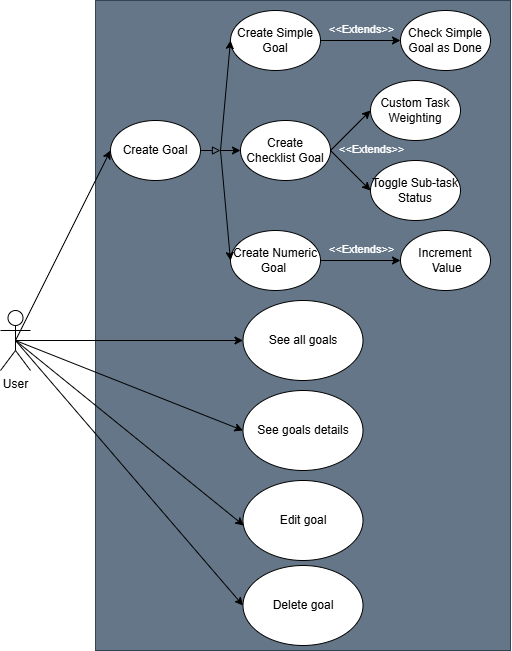
FelipeBeltranING/progress-vault keeps this draw.io diagram as docs/iteration-1/use-case-diagram.drawio.png. Above is the earlier version. Source tidied: cells renumbered, new cells last; positions are measured from the earlier drawing's top-left corner, leaving out a move shared by most shapes.
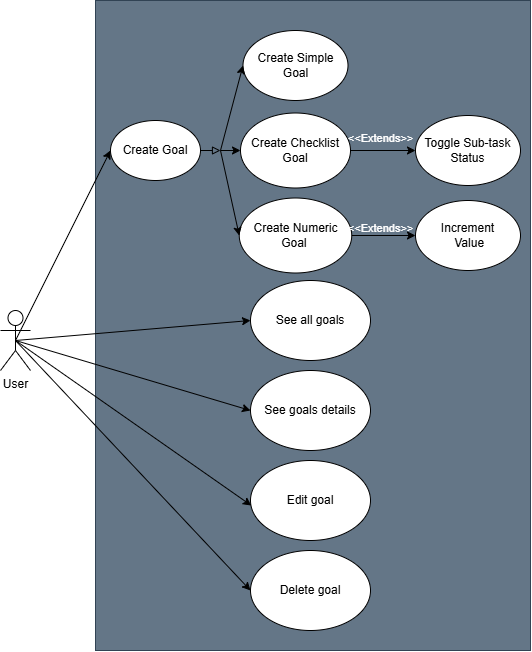
The same file after the commit.

Diff of the diagram source:
```diff
@@ -6,28 +6,25 @@
       <mxGeometry y="310" width="30" height="60" as="geometry" />
     </mxCell>
     <mxCell id="3" style="rounded=0;whiteSpace=wrap;html=1;fillColor=#647687;strokeColor=#314354;fontColor=#ffffff;" parent="1" vertex="1">
-      <mxGeometry x="95" width="415" height="650" as="geometry" />
+      <mxGeometry x="95" width="435" height="650" as="geometry" />
     </mxCell>
     <mxCell id="4" value="Create Goal" style="ellipse;whiteSpace=wrap;html=1;" parent="1" vertex="1">
       <mxGeometry x="110" y="120" width="90" height="60" as="geometry" />
     </mxCell>
     <mxCell id="5" value="See all goals" style="ellipse;whiteSpace=wrap;html=1;" parent="1" vertex="1">
-      <mxGeometry x="242.5" y="300" width="120" height="80" as="geometry" />
+      <mxGeometry x="250" y="280" width="120" height="80" as="geometry" />
     </mxCell>
     <mxCell id="6" value="See goals details" style="ellipse;whiteSpace=wrap;html=1;" parent="1" vertex="1">
-      <mxGeometry x="242.5" y="390" width="120" height="80" as="geometry" />
+      <mxGeometry x="250" y="370" width="120" height="80" as="geometry" />
     </mxCell>
     <mxCell id="7" value="Edit goal" style="ellipse;whiteSpace=wrap;html=1;" parent="1" vertex="1">
-      <mxGeometry x="242.5" y="480" width="120" height="80" as="geometry" />
+      <mxGeometry x="250" y="460" width="120" height="80" as="geometry" />
     </mxCell>
     <mxCell id="8" value="Delete goal" style="ellipse;whiteSpace=wrap;html=1;" parent="1" vertex="1">
-      <mxGeometry x="242.5" y="565" width="120" height="80" as="geometry" />
+      <mxGeometry x="250" y="550" width="120" height="80" as="geometry" />
     </mxCell>
-    <mxCell id="9" style="edgeStyle=orthogonalEdgeStyle;rounded=0;jettySize=auto;html=1;" parent="1" edge="1" source="10" target="25">
-      <mxGeometry relative="1" as="geometry" />
-    </mxCell>
     <mxCell id="10" value="Create Simple Goal" style="ellipse;whiteSpace=wrap;html=1;" parent="1" vertex="1">
-      <mxGeometry x="230" y="10" width="90" height="60" as="geometry" />
+      <mxGeometry x="242.5" y="30" width="105" height="70" as="geometry" />
     </mxCell>
     <mxCell id="11" style="endArrow=classic;html=1;rounded=0;exitX=0.5;exitY=0.5;exitDx=0;exitDy=0;exitPerimeter=0;entryX=0;entryY=0.5;entryDx=0;entryDy=0;" parent="1" edge="1" source="2" target="4">
       <mxGeometry relative="1" as="geometry" />
@@ -44,17 +41,14 @@
     <mxCell id="15" style="endArrow=classic;html=1;rounded=0;exitX=0.5;exitY=0.5;exitDx=0;exitDy=0;exitPerimeter=0;entryX=0;entryY=0.5;entryDx=0;entryDy=0;" parent="1" edge="1" source="2" target="8">
       <mxGeometry relative="1" as="geometry" />
     </mxCell>
-    <mxCell id="16" value="Custom Task Weighting" style="ellipse;whiteSpace=wrap;html=1;" parent="1" vertex="1">
-      <mxGeometry x="370" y="80" width="90" height="60" as="geometry" />
-    </mxCell>
     <mxCell id="17" value="Create Checklist Goal" style="ellipse;whiteSpace=wrap;html=1;" parent="1" vertex="1">
-      <mxGeometry x="240" y="120" width="90" height="60" as="geometry" />
+      <mxGeometry x="240" y="112.5" width="110" height="75" as="geometry" />
     </mxCell>
     <mxCell id="18" style="edgeStyle=orthogonalEdgeStyle;rounded=0;jettySize=auto;html=1;" parent="1" edge="1" source="19" target="27">
       <mxGeometry relative="1" as="geometry" />
     </mxCell>
     <mxCell id="19" value="Create Numeric Goal&amp;nbsp;" style="ellipse;whiteSpace=wrap;html=1;" parent="1" vertex="1">
-      <mxGeometry x="230" y="230" width="90" height="60" as="geometry" />
+      <mxGeometry x="238.8" y="197.5" width="112.5" height="75" as="geometry" />
     </mxCell>
     <mxCell id="20" style="endArrow=classic;html=1;rounded=0;entryX=0;entryY=0.5;entryDx=0;entryDy=0;" parent="1" edge="1" target="10">
       <mxGeometry relative="1" as="geometry">
@@ -72,7 +66,7 @@
       </mxGeometry>
     </mxCell>
     <mxCell id="23" value="&lt;font&gt;&amp;lt;&amp;lt;Extends&amp;gt;&amp;gt;&lt;/font&gt;" style="edgeLabel;html=1;align=center;verticalAlign=middle;labelBackgroundColor=none;labelBorderColor=none;fontSize=11;fontColor=#FFFFFF;" parent="1" vertex="1">
-      <mxGeometry x="370" y="150" as="geometry">
+      <mxGeometry x="380" y="140" as="geometry">
         <mxPoint y="-2" as="offset" />
       </mxGeometry>
     </mxCell>
@@ -81,27 +75,16 @@
         <mxPoint x="220" y="150" as="sourcePoint" />
       </mxGeometry>
     </mxCell>
-    <mxCell id="25" value="Check Simple Goal as Done" style="ellipse;whiteSpace=wrap;html=1;" parent="1" vertex="1">
-      <mxGeometry x="400" y="10" width="90" height="60" as="geometry" />
-    </mxCell>
-    <mxCell id="26" value="&lt;font&gt;&amp;lt;&amp;lt;Extends&amp;gt;&amp;gt;&lt;/font&gt;" style="edgeLabel;html=1;align=center;verticalAlign=middle;labelBackgroundColor=none;labelBorderColor=none;fontSize=11;fontColor=#FFFFFF;" parent="1" vertex="1">
-      <mxGeometry x="360" y="30" as="geometry">
-        <mxPoint y="-2" as="offset" />
-      </mxGeometry>
-    </mxCell>
     <mxCell id="27" value="Increment&lt;div&gt;&amp;nbsp;Value&lt;/div&gt;" style="ellipse;whiteSpace=wrap;html=1;" parent="1" vertex="1">
-      <mxGeometry x="400" y="230" width="90" height="60" as="geometry" />
+      <mxGeometry x="415" y="200" width="105" height="70" as="geometry" />
     </mxCell>
     <mxCell id="28" value="&lt;font&gt;&amp;lt;&amp;lt;Extends&amp;gt;&amp;gt;&lt;/font&gt;" style="edgeLabel;html=1;align=center;verticalAlign=middle;labelBackgroundColor=none;labelBorderColor=none;fontSize=11;fontColor=#FFFFFF;" parent="1" vertex="1">
-      <mxGeometry x="360" y="250" as="geometry">
+      <mxGeometry x="380" y="230" as="geometry">
         <mxPoint y="-2" as="offset" />
       </mxGeometry>
     </mxCell>
-    <mxCell id="29" style="endArrow=classic;html=1;rounded=0;exitX=1;exitY=0.5;exitDx=0;exitDy=0;entryX=0;entryY=0.5;entryDx=0;entryDy=0;" parent="1" edge="1" source="17" target="16">
-      <mxGeometry relative="1" as="geometry" />
-    </mxCell>
     <mxCell id="30" value="Toggle Sub-task Status" style="ellipse;whiteSpace=wrap;html=1;" parent="1" vertex="1">
-      <mxGeometry x="370" y="160" width="90" height="60" as="geometry" />
+      <mxGeometry x="415" y="115" width="105" height="70" as="geometry" />
     </mxCell>
     <mxCell id="31" style="endArrow=classic;html=1;rounded=0;exitX=1;exitY=0.5;exitDx=0;exitDy=0;entryX=0;entryY=0.5;entryDx=0;entryDy=0;" parent="1" edge="1" source="17" target="30">
       <mxGeometry relative="1" as="geometry" />
```
